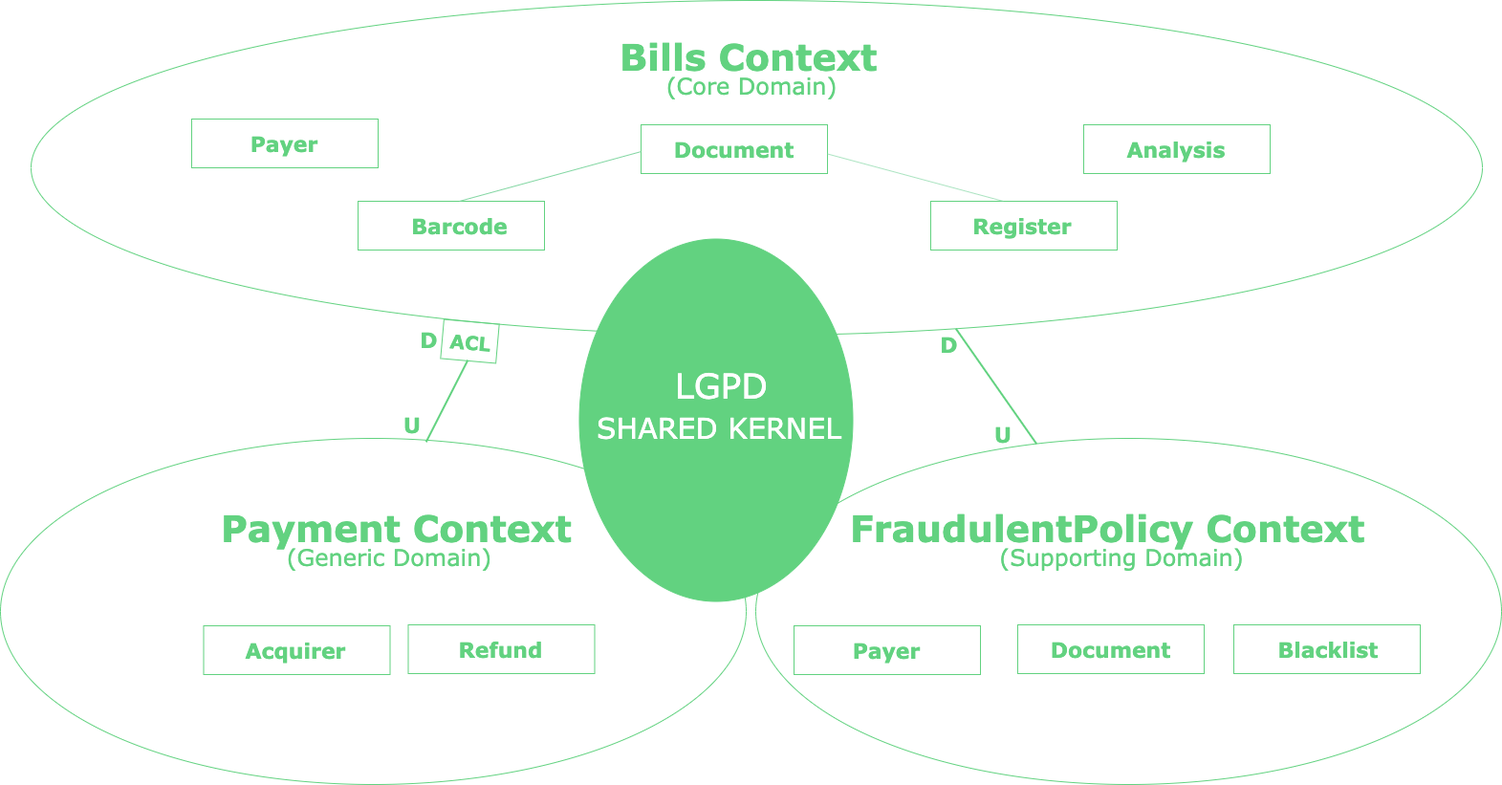
Above: assets/sharedKernel.png in renatocosta/Domain-driven-Design (draw.io), before the change. Source tidied: cells renumbered, new cells last; positions are measured from the earlier drawing's top-left corner, leaving out a move shared by most shapes.
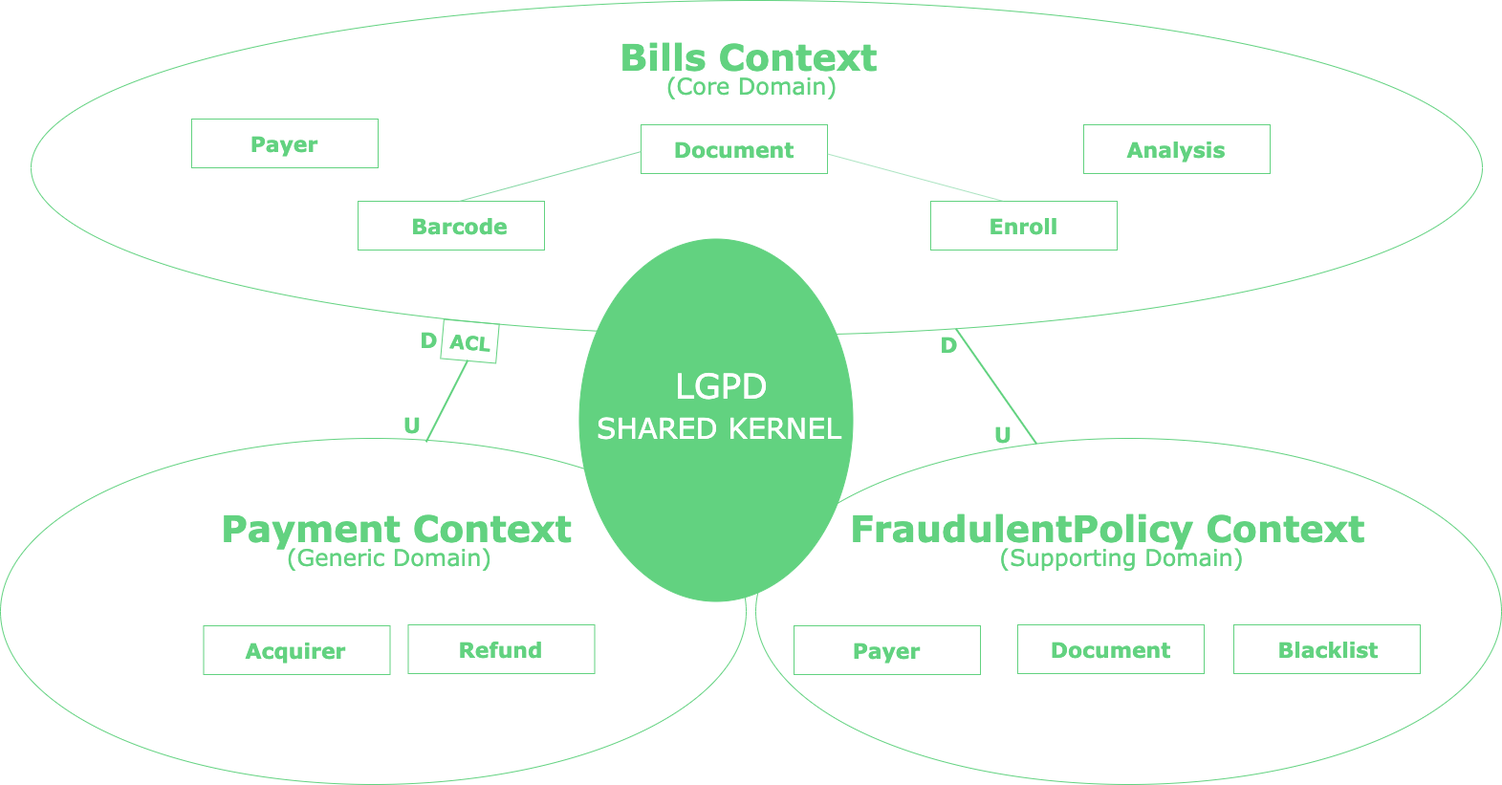
Later version of the same file.

Change to the diagram source:
```diff
@@ -35,7 +35,7 @@
     <mxCell id="12" style="rounded=0;whiteSpace=wrap;html=1;shadow=0;strokeColor=#62D280;fillColor=none;" parent="1" vertex="1">
       <mxGeometry x="973" y="210" width="195" height="51" as="geometry" />
     </mxCell>
-    <mxCell id="13" value="&lt;font style=&quot;font-size: 22px&quot; face=&quot;Verdana&quot; color=&quot;#62d280&quot;&gt;&lt;b&gt;Register&lt;/b&gt;&lt;/font&gt;" style="text;html=1;strokeColor=none;fillColor=none;align=center;verticalAlign=middle;whiteSpace=wrap;rounded=0;shadow=0;fontSize=22;" parent="1" vertex="1">
+    <mxCell id="13" value="&lt;font style=&quot;font-size: 22px&quot; face=&quot;Verdana&quot; color=&quot;#62d280&quot;&gt;&lt;b&gt;Enroll&lt;/b&gt;&lt;/font&gt;" style="text;html=1;strokeColor=none;fillColor=none;align=center;verticalAlign=middle;whiteSpace=wrap;rounded=0;shadow=0;fontSize=22;" parent="1" vertex="1">
       <mxGeometry x="1049" y="226.5" width="40" height="20" as="geometry" />
     </mxCell>
     <mxCell id="14" style="rounded=0;whiteSpace=wrap;html=1;shadow=0;strokeColor=#62D280;fillColor=none;" parent="1" vertex="1">
```
